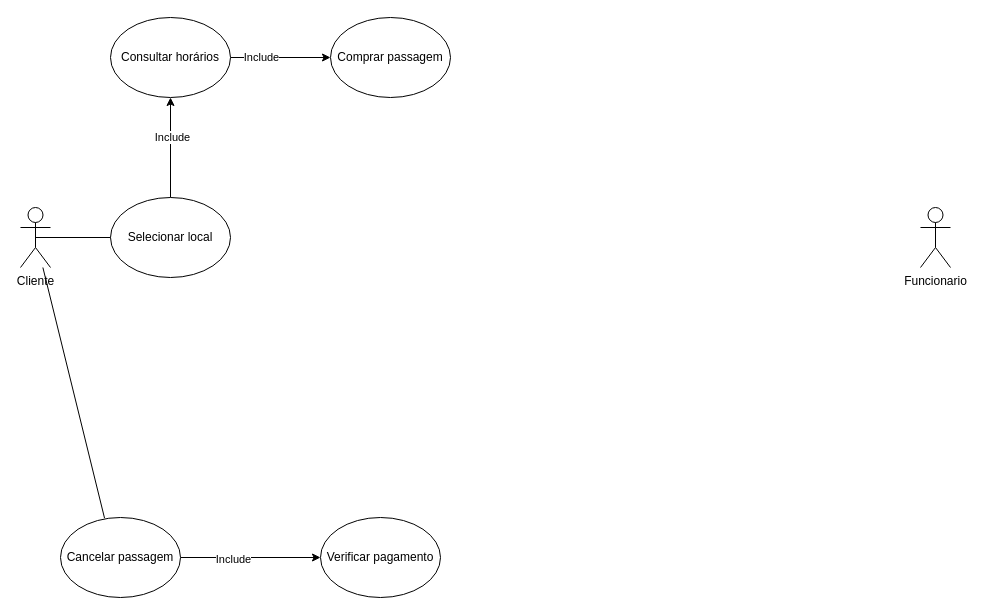
Earlier version of the draw.io diagram Diagrama sem nome.drawio (Krittz/IFTM-ADS). Source tidied: cells renumbered, new cells numbered last; positions are measured from the earlier drawing's top-left corner, leaving out a move shared by most shapes. Both pictures are drawn from the tidied source at 100%, with x=0, y=0 at pixel (20, 17).
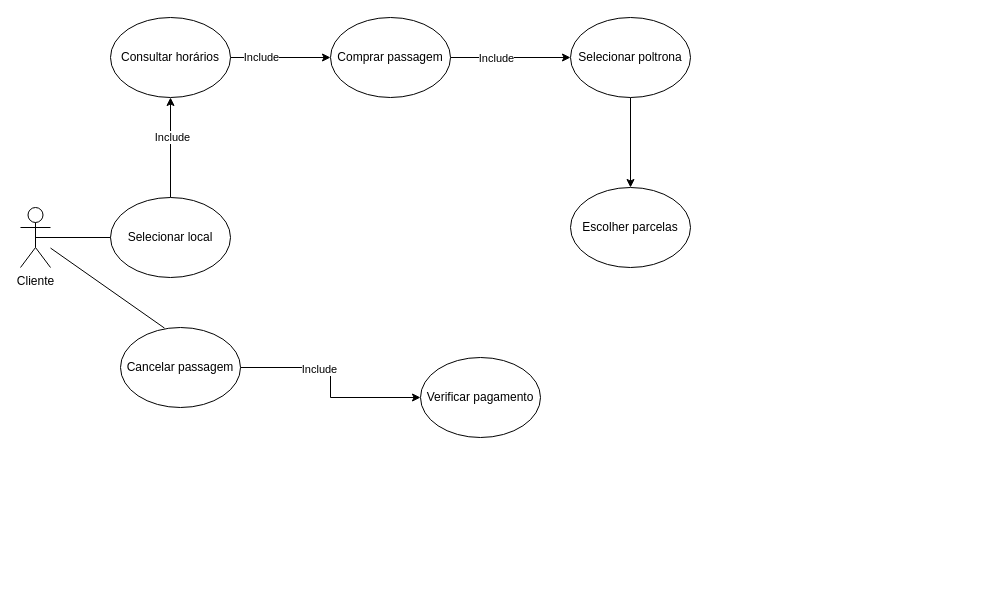
Above is the later version.

Unchanged cells that the change refers to:
```xml
<mxCell id="10" value="Comprar passagem" style="ellipse;whiteSpace=wrap;html=1;" parent="1" vertex="1">
  <mxGeometry x="310" width="120" height="80" as="geometry" />
</mxCell>
```

What changed in the source:
```diff
@@
-    <mxCell id="3" value="Funcionario&lt;br&gt;" style="shape=umlActor;verticalLabelPosition=bottom;verticalAlign=top;html=1;" parent="1" vertex="1">
-      <mxGeometry x="900" y="190" width="30" height="60" as="geometry" />
-    </mxCell>
@@
+    <mxCell id="17" style="edgeStyle=orthogonalEdgeStyle;rounded=0;jettySize=auto;html=1;" parent="1" edge="1" source="10" target="20">
+      <mxGeometry relative="1" as="geometry" />
+    </mxCell>
+    <mxCell id="18" value="Include" style="edgeLabel;html=1;align=center;verticalAlign=middle;" parent="17" vertex="1">
+      <mxGeometry x="-0.25" relative="1" as="geometry" />
+    </mxCell>
@@
     <mxCell id="13" value="Cancelar passagem" style="ellipse;whiteSpace=wrap;html=1;" parent="1" vertex="1">
-      <mxGeometry x="40" y="500" width="120" height="80" as="geometry" />
+      <mxGeometry x="100" y="310" width="120" height="80" as="geometry" />
     </mxCell>
     <mxCell id="14" value="Verificar pagamento" style="ellipse;whiteSpace=wrap;html=1;" parent="1" vertex="1">
-      <mxGeometry x="300" y="500" width="120" height="80" as="geometry" />
+      <mxGeometry x="400" y="340" width="120" height="80" as="geometry" />
     </mxCell>
@@
+    <mxCell id="19" style="edgeStyle=orthogonalEdgeStyle;rounded=0;jettySize=auto;html=1;" parent="1" edge="1" source="20" target="21">
+      <mxGeometry relative="1" as="geometry" />
+    </mxCell>
+    <mxCell id="20" value="Selecionar poltrona" style="ellipse;whiteSpace=wrap;html=1;" parent="1" vertex="1">
+      <mxGeometry x="550" width="120" height="80" as="geometry" />
+    </mxCell>
+    <mxCell id="21" value="Escolher parcelas&lt;br&gt;" style="ellipse;whiteSpace=wrap;html=1;" parent="1" vertex="1">
+      <mxGeometry x="550" y="170" width="120" height="80" as="geometry" />
+    </mxCell>
```
